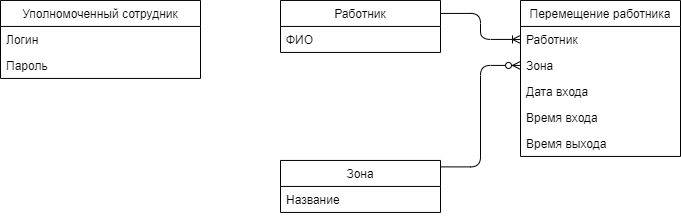
Above: Документация и картинки/Концептуальная модель_v3.png in VektorHL/LB (draw.io), before the change. Source tidied: cells renumbered, new cells last; positions are measured from the earlier drawing's top-left corner, leaving out a move shared by most shapes. The source it was exported from:
```xml
<mxGraphModel>
  <root>
    <mxCell id="0" />
    <mxCell id="1" parent="0" />
    <mxCell id="2" value="Уполномоченный сотрудник" style="swimlane;fontStyle=0;horizontal=1;startSize=26;fillColor=none;fontSize=12;" parent="1" vertex="1">
      <mxGeometry y="-0.1" width="200" height="78" as="geometry" />
    </mxCell>
    <mxCell id="3" value="Логин" style="text;strokeColor=none;fillColor=none;align=left;verticalAlign=top;spacingLeft=4;spacingRight=4;overflow=hidden;fontSize=12;" parent="2" vertex="1">
      <mxGeometry y="26" width="200" height="26" as="geometry" />
    </mxCell>
    <mxCell id="4" value="Пароль" style="text;strokeColor=none;fillColor=none;align=left;verticalAlign=top;spacingLeft=4;spacingRight=4;overflow=hidden;fontSize=12;" parent="2" vertex="1">
      <mxGeometry y="52" width="200" height="26" as="geometry" />
    </mxCell>
    <mxCell id="5" value="Работник" style="swimlane;fontStyle=0;horizontal=1;startSize=26;fillColor=none;fontSize=12;" parent="1" vertex="1">
      <mxGeometry x="280" y="-0.1" width="160" height="52" as="geometry" />
    </mxCell>
    <mxCell id="6" value="ФИО" style="text;strokeColor=none;fillColor=none;align=left;verticalAlign=top;spacingLeft=4;spacingRight=4;overflow=hidden;fontSize=12;" parent="5" vertex="1">
      <mxGeometry y="26" width="160" height="26" as="geometry" />
    </mxCell>
    <mxCell id="7" value="Зона" style="swimlane;fontStyle=0;horizontal=1;startSize=26;fillColor=none;fontSize=12;" parent="1" vertex="1">
      <mxGeometry x="280" y="159.9" width="160" height="52" as="geometry" />
    </mxCell>
    <mxCell id="8" value="Название" style="text;strokeColor=none;fillColor=none;align=left;verticalAlign=top;spacingLeft=4;spacingRight=4;overflow=hidden;fontSize=12;" parent="7" vertex="1">
      <mxGeometry y="26" width="160" height="26" as="geometry" />
    </mxCell>
    <mxCell id="9" value="Перемещение работника" style="swimlane;fontStyle=0;horizontal=1;startSize=26;fillColor=none;fontSize=12;" parent="1" vertex="1">
      <mxGeometry x="520" y="-0.1" width="160" height="156" as="geometry" />
    </mxCell>
    <mxCell id="10" value="Работник" style="text;strokeColor=none;fillColor=none;align=left;verticalAlign=top;spacingLeft=4;spacingRight=4;overflow=hidden;points=[[0,0.5],[1,0.5]];portConstraint=eastwest;fontSize=12;" parent="9" vertex="1">
      <mxGeometry y="26" width="160" height="26" as="geometry" />
    </mxCell>
    <mxCell id="11" value="Зона" style="text;strokeColor=none;fillColor=none;align=left;verticalAlign=top;spacingLeft=4;spacingRight=4;overflow=hidden;points=[[0,0.5],[1,0.5]];portConstraint=eastwest;fontSize=12;" parent="9" vertex="1">
      <mxGeometry y="52" width="160" height="26" as="geometry" />
    </mxCell>
    <mxCell id="12" value="Дата входа" style="text;strokeColor=none;fillColor=none;align=left;verticalAlign=top;spacingLeft=4;spacingRight=4;overflow=hidden;fontSize=12;" parent="9" vertex="1">
      <mxGeometry y="78" width="160" height="26" as="geometry" />
    </mxCell>
    <mxCell id="13" value="Время входа" style="text;strokeColor=none;fillColor=none;align=left;verticalAlign=top;spacingLeft=4;spacingRight=4;overflow=hidden;fontSize=12;" parent="9" vertex="1">
      <mxGeometry y="104" width="160" height="26" as="geometry" />
    </mxCell>
    <mxCell id="14" value="Время выхода" style="text;strokeColor=none;fillColor=none;align=left;verticalAlign=top;spacingLeft=4;spacingRight=4;overflow=hidden;fontSize=12;" parent="9" vertex="1">
      <mxGeometry y="130" width="160" height="26" as="geometry" />
    </mxCell>
    <mxCell id="15" style="edgeStyle=orthogonalEdgeStyle;fontSize=12;html=1;endArrow=ERoneToMany;startArrow=none;exitX=1;exitY=0.25;exitDx=0;exitDy=0;entryX=0;entryY=0.5;entryDx=0;entryDy=0;startFill=0;" parent="1" edge="1" source="5" target="10">
      <mxGeometry relative="1" as="geometry" />
    </mxCell>
    <mxCell id="16" style="edgeStyle=orthogonalEdgeStyle;fontSize=12;html=1;endArrow=none;startArrow=ERzeroToMany;entryX=1.003;entryY=0.124;entryDx=0;entryDy=0;entryPerimeter=0;exitX=0;exitY=0.5;exitDx=0;exitDy=0;endFill=0;" parent="1" edge="1" source="11" target="7">
      <mxGeometry relative="1" as="geometry" />
    </mxCell>
  </root>
</mxGraphModel>
```
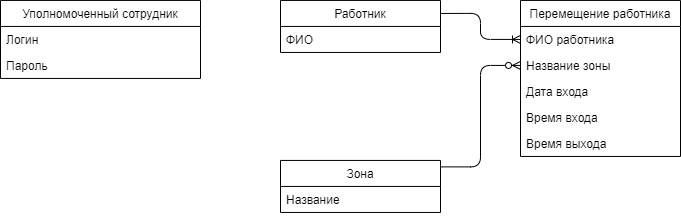
Above is the later version.

Change to the diagram source:
```diff
@@ -26,10 +26,10 @@
     <mxCell id="9" value="Перемещение работника" style="swimlane;fontStyle=0;horizontal=1;startSize=26;fillColor=none;fontSize=12;" parent="1" vertex="1">
       <mxGeometry x="520" y="-0.1" width="160" height="156" as="geometry" />
     </mxCell>
-    <mxCell id="10" value="Работник" style="text;strokeColor=none;fillColor=none;align=left;verticalAlign=top;spacingLeft=4;spacingRight=4;overflow=hidden;points=[[0,0.5],[1,0.5]];portConstraint=eastwest;fontSize=12;" parent="9" vertex="1">
+    <mxCell id="10" value="ФИО работника" style="text;strokeColor=none;fillColor=none;align=left;verticalAlign=top;spacingLeft=4;spacingRight=4;overflow=hidden;points=[[0,0.5],[1,0.5]];portConstraint=eastwest;fontSize=12;" parent="9" vertex="1">
       <mxGeometry y="26" width="160" height="26" as="geometry" />
     </mxCell>
-    <mxCell id="11" value="Зона" style="text;strokeColor=none;fillColor=none;align=left;verticalAlign=top;spacingLeft=4;spacingRight=4;overflow=hidden;points=[[0,0.5],[1,0.5]];portConstraint=eastwest;fontSize=12;" parent="9" vertex="1">
+    <mxCell id="11" value="Название зоны" style="text;strokeColor=none;fillColor=none;align=left;verticalAlign=top;spacingLeft=4;spacingRight=4;overflow=hidden;points=[[0,0.5],[1,0.5]];portConstraint=eastwest;fontSize=12;" parent="9" vertex="1">
       <mxGeometry y="52" width="160" height="26" as="geometry" />
     </mxCell>
     <mxCell id="12" value="Дата входа" style="text;strokeColor=none;fillColor=none;align=left;verticalAlign=top;spacingLeft=4;spacingRight=4;overflow=hidden;fontSize=12;" parent="9" vertex="1">
```
